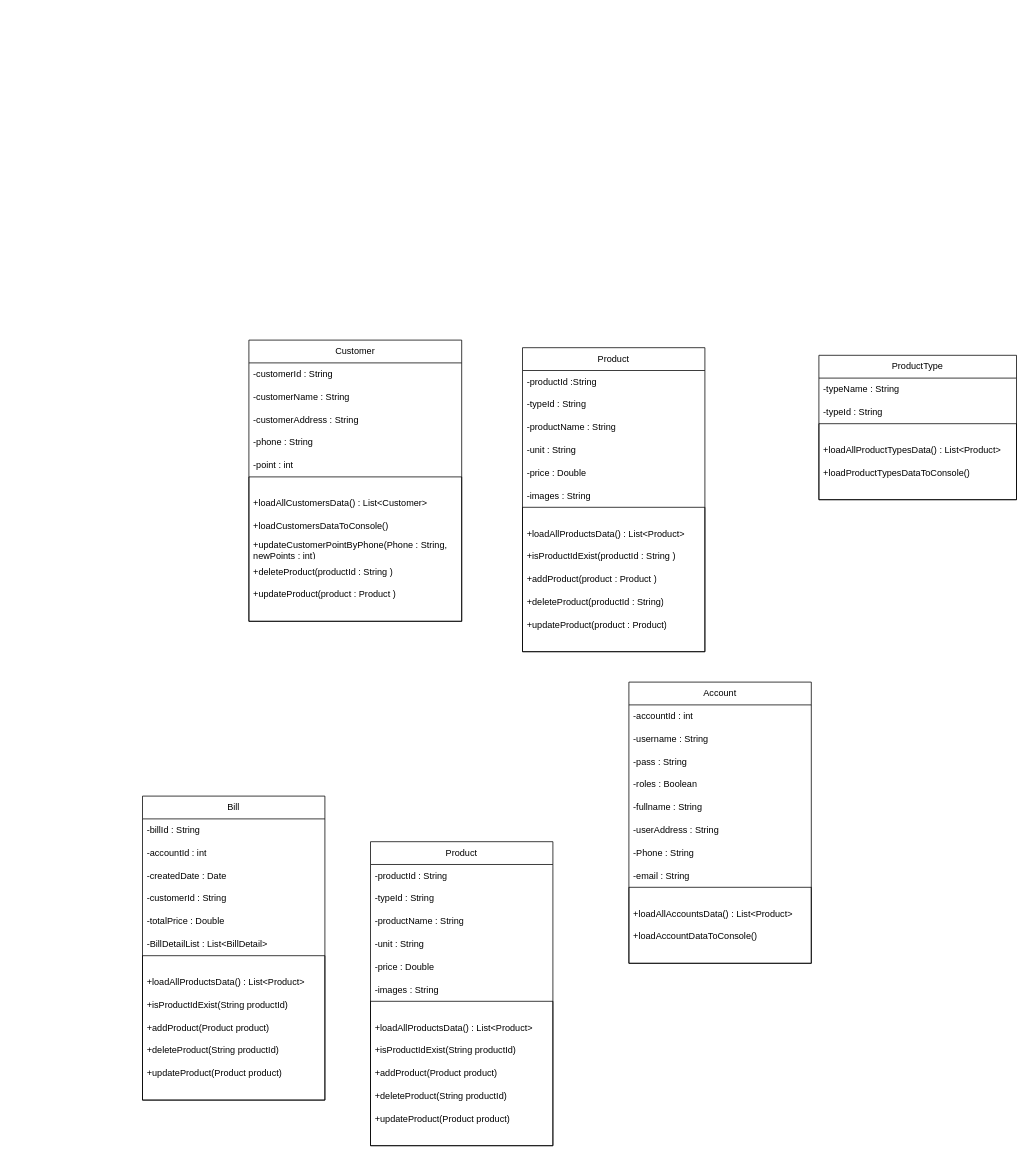
Before: xử lí luồng.drawio in cuongtran-0900/GS1, a draw.io diagram. Source tidied: cells renumbered, new cells numbered last; positions are measured from the earlier drawing's top-left corner, leaving out a move shared by most shapes. Both pictures are drawn from the tidied source at 76%, with x=0, y=0 at pixel (142, 340).
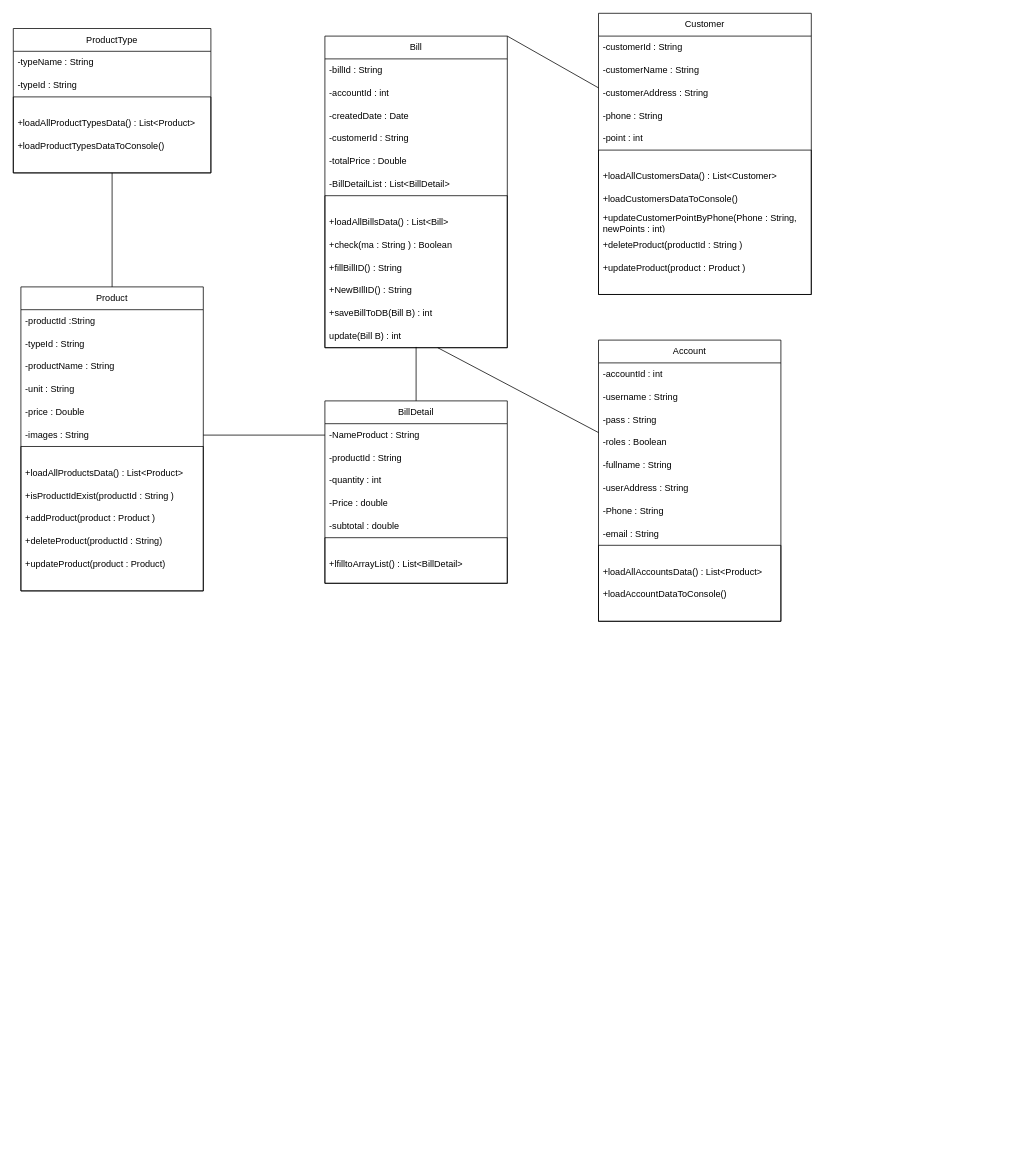
After the change.

Unchanged cells that the change refers to:
```xml
<mxCell id="5" style="swimlane;startSize=0;strokeColor=default;align=center;verticalAlign=middle;fontFamily=Helvetica;fontSize=12;fontColor=default;fontStyle=0;fillColor=default;" parent="2" vertex="1">
  <mxGeometry y="90" width="260" height="100" as="geometry" />
</mxCell>
<mxCell id="23" value="-customerAddress :&amp;nbsp;String" style="text;strokeColor=none;fillColor=none;align=left;verticalAlign=middle;spacingLeft=4;spacingRight=4;overflow=hidden;points=[[0,0.5],[1,0.5]];portConstraint=eastwest;whiteSpace=wrap;html=1;fontFamily=Helvetica;fontSize=12;fontColor=default;fontStyle=0;" parent="20" vertex="1">
  <mxGeometry y="90" width="280" height="30" as="geometry" />
</mxCell>
<mxCell id="38" value="-images :&amp;nbsp;String" style="text;strokeColor=none;fillColor=none;align=left;verticalAlign=middle;spacingLeft=4;spacingRight=4;overflow=hidden;points=[[0,0.5],[1,0.5]];portConstraint=eastwest;whiteSpace=wrap;html=1;fontFamily=Helvetica;fontSize=12;fontColor=default;fontStyle=0;" parent="32" vertex="1">
  <mxGeometry y="180" width="240" height="30" as="geometry" />
</mxCell>
```

Change to the diagram source:
```diff
@@
     <mxCell id="2" value="ProductType" style="swimlane;fontStyle=0;horizontal=1;startSize=30;whiteSpace=wrap;html=1;strokeColor=default;align=center;verticalAlign=middle;fontFamily=Helvetica;fontSize=12;fontColor=default;fillColor=default;" parent="1" vertex="1">
-      <mxGeometry x="890" y="20" width="260" height="190" as="geometry" />
+      <mxGeometry x="-170" y="-410" width="260" height="190" as="geometry" />
     </mxCell>
@@
     <mxCell id="8" value="Account" style="swimlane;fontStyle=0;horizontal=1;startSize=30;whiteSpace=wrap;html=1;strokeColor=default;align=center;verticalAlign=middle;fontFamily=Helvetica;fontSize=12;fontColor=default;fillColor=default;" parent="1" vertex="1">
-      <mxGeometry x="640" y="450" width="240" height="370" as="geometry" />
+      <mxGeometry x="600" width="240" height="370" as="geometry" />
     </mxCell>
@@
     <mxCell id="20" value="Customer" style="swimlane;fontStyle=0;horizontal=1;startSize=30;whiteSpace=wrap;html=1;strokeColor=default;align=center;verticalAlign=middle;fontFamily=Helvetica;fontSize=12;fontColor=default;fillColor=default;" parent="1" vertex="1">
-      <mxGeometry x="140" width="280" height="370" as="geometry" />
+      <mxGeometry x="600" y="-430" width="280" height="370" as="geometry" />
     </mxCell>
@@
     <mxCell id="32" value="Product" style="swimlane;fontStyle=0;horizontal=1;startSize=30;whiteSpace=wrap;html=1;strokeColor=default;align=center;verticalAlign=middle;fontFamily=Helvetica;fontSize=12;fontColor=default;fillColor=default;" parent="1" vertex="1">
-      <mxGeometry x="500" y="10" width="240" height="400" as="geometry" />
+      <mxGeometry x="-160" y="-70" width="240" height="400" as="geometry" />
     </mxCell>
@@
     <mxCell id="45" value="Bill" style="swimlane;fontStyle=0;horizontal=1;startSize=30;whiteSpace=wrap;html=1;strokeColor=default;align=center;verticalAlign=middle;fontFamily=Helvetica;fontSize=12;fontColor=default;fillColor=default;" parent="1" vertex="1">
-      <mxGeometry y="600" width="240" height="400" as="geometry" />
+      <mxGeometry x="240" y="-400" width="240" height="410" as="geometry" />
     </mxCell>
@@
     <mxCell id="52" style="swimlane;startSize=0;strokeColor=default;align=center;verticalAlign=middle;fontFamily=Helvetica;fontSize=12;fontColor=default;fontStyle=0;fillColor=default;" parent="45" vertex="1">
-      <mxGeometry y="210" width="240" height="190" as="geometry" />
+      <mxGeometry y="210" width="240" height="200" as="geometry" />
     </mxCell>
-    <mxCell id="53" value="+loadAllProductsData() :&amp;nbsp;List&amp;lt;Product&amp;gt;" style="text;strokeColor=none;fillColor=none;align=left;verticalAlign=middle;spacingLeft=4;spacingRight=4;overflow=hidden;whiteSpace=wrap;html=1;fontFamily=Helvetica;fontSize=12;fontColor=default;fontStyle=0;" parent="52" vertex="1">
+    <mxCell id="53" value="+loadAllBillsData() :&amp;nbsp;List&amp;lt;Bill&amp;gt;" style="text;strokeColor=none;fillColor=none;align=left;verticalAlign=middle;spacingLeft=4;spacingRight=4;overflow=hidden;whiteSpace=wrap;html=1;fontFamily=Helvetica;fontSize=12;fontColor=default;fontStyle=0;" parent="52" vertex="1">
       <mxGeometry y="20" width="240" height="30" as="geometry" />
     </mxCell>
-    <mxCell id="54" value="+isProductIdExist(String productId)" style="text;strokeColor=none;fillColor=none;align=left;verticalAlign=middle;spacingLeft=4;spacingRight=4;overflow=hidden;whiteSpace=wrap;html=1;fontFamily=Helvetica;fontSize=12;fontColor=default;fontStyle=0;" parent="52" vertex="1">
+    <mxCell id="54" value="+check(ma : String ) : Boolean" style="text;strokeColor=none;fillColor=none;align=left;verticalAlign=middle;spacingLeft=4;spacingRight=4;overflow=hidden;whiteSpace=wrap;html=1;fontFamily=Helvetica;fontSize=12;fontColor=default;fontStyle=0;" parent="52" vertex="1">
       <mxGeometry y="50" width="240" height="30" as="geometry" />
     </mxCell>
-    <mxCell id="55" value="+addProduct(Product product)" style="text;strokeColor=none;fillColor=none;align=left;verticalAlign=middle;spacingLeft=4;spacingRight=4;overflow=hidden;whiteSpace=wrap;html=1;fontFamily=Helvetica;fontSize=12;fontColor=default;fontStyle=0;" parent="52" vertex="1">
+    <mxCell id="55" value="+fillBillID() : String" style="text;strokeColor=none;fillColor=none;align=left;verticalAlign=middle;spacingLeft=4;spacingRight=4;overflow=hidden;whiteSpace=wrap;html=1;fontFamily=Helvetica;fontSize=12;fontColor=default;fontStyle=0;" parent="52" vertex="1">
       <mxGeometry y="80" width="240" height="30" as="geometry" />
     </mxCell>
-    <mxCell id="56" value="+deleteProduct(String productId)" style="text;strokeColor=none;fillColor=none;align=left;verticalAlign=middle;spacingLeft=4;spacingRight=4;overflow=hidden;whiteSpace=wrap;html=1;fontFamily=Helvetica;fontSize=12;fontColor=default;fontStyle=0;" parent="52" vertex="1">
+    <mxCell id="56" value="+NewBIllID() : String&amp;nbsp;" style="text;strokeColor=none;fillColor=none;align=left;verticalAlign=middle;spacingLeft=4;spacingRight=4;overflow=hidden;whiteSpace=wrap;html=1;fontFamily=Helvetica;fontSize=12;fontColor=default;fontStyle=0;" parent="52" vertex="1">
       <mxGeometry y="110" width="240" height="30" as="geometry" />
     </mxCell>
-    <mxCell id="57" value="+updateProduct(Product product)" style="text;strokeColor=none;fillColor=none;align=left;verticalAlign=middle;spacingLeft=4;spacingRight=4;overflow=hidden;whiteSpace=wrap;html=1;fontFamily=Helvetica;fontSize=12;fontColor=default;fontStyle=0;" parent="52" vertex="1">
+    <mxCell id="57" value="+saveBillToDB(Bill B) : int" style="text;strokeColor=none;fillColor=none;align=left;verticalAlign=middle;spacingLeft=4;spacingRight=4;overflow=hidden;whiteSpace=wrap;html=1;fontFamily=Helvetica;fontSize=12;fontColor=default;fontStyle=0;" parent="52" vertex="1">
       <mxGeometry y="140" width="240" height="30" as="geometry" />
     </mxCell>
+    <mxCell id="71" value="update(Bill B) : int" style="text;strokeColor=none;fillColor=none;align=left;verticalAlign=middle;spacingLeft=4;spacingRight=4;overflow=hidden;points=[[0,0.5],[1,0.5]];portConstraint=eastwest;whiteSpace=wrap;html=1;fontFamily=Helvetica;fontSize=12;fontColor=default;fontStyle=0;" parent="52" vertex="1">
+      <mxGeometry y="170" width="240" height="30" as="geometry" />
+    </mxCell>
-    <mxCell id="58" value="Product" style="swimlane;fontStyle=0;horizontal=1;startSize=30;whiteSpace=wrap;html=1;strokeColor=default;align=center;verticalAlign=middle;fontFamily=Helvetica;fontSize=12;fontColor=default;fillColor=default;" parent="1" vertex="1">
-      <mxGeometry x="300" y="660" width="240" height="400" as="geometry" />
+    <mxCell id="58" value="BillDetail" style="swimlane;fontStyle=0;horizontal=1;startSize=30;whiteSpace=wrap;html=1;strokeColor=default;align=center;verticalAlign=middle;fontFamily=Helvetica;fontSize=12;fontColor=default;fillColor=default;" parent="1" vertex="1">
+      <mxGeometry x="240" y="80" width="240" height="240" as="geometry" />
     </mxCell>
-    <mxCell id="59" value="-productId :&amp;nbsp;String" style="text;strokeColor=none;fillColor=none;align=left;verticalAlign=middle;spacingLeft=4;spacingRight=4;overflow=hidden;points=[[0,0.5],[1,0.5]];portConstraint=eastwest;whiteSpace=wrap;html=1;fontFamily=Helvetica;fontSize=12;fontColor=default;fontStyle=0;" parent="58" vertex="1">
+    <mxCell id="59" value="-NameProduct :&amp;nbsp;String" style="text;strokeColor=none;fillColor=none;align=left;verticalAlign=middle;spacingLeft=4;spacingRight=4;overflow=hidden;points=[[0,0.5],[1,0.5]];portConstraint=eastwest;whiteSpace=wrap;html=1;fontFamily=Helvetica;fontSize=12;fontColor=default;fontStyle=0;" parent="58" vertex="1">
       <mxGeometry y="30" width="240" height="30" as="geometry" />
     </mxCell>
-    <mxCell id="60" value="-typeId :&amp;nbsp;String" style="text;strokeColor=none;fillColor=none;align=left;verticalAlign=middle;spacingLeft=4;spacingRight=4;overflow=hidden;whiteSpace=wrap;html=1;fontFamily=Helvetica;fontSize=12;fontColor=default;fontStyle=0;" parent="58" vertex="1">
+    <mxCell id="60" value="-productId :&amp;nbsp;String" style="text;strokeColor=none;fillColor=none;align=left;verticalAlign=middle;spacingLeft=4;spacingRight=4;overflow=hidden;whiteSpace=wrap;html=1;fontFamily=Helvetica;fontSize=12;fontColor=default;fontStyle=0;" parent="58" vertex="1">
       <mxGeometry y="60" width="240" height="30" as="geometry" />
     </mxCell>
-    <mxCell id="61" value="-productName :&amp;nbsp;String" style="text;strokeColor=none;fillColor=none;align=left;verticalAlign=middle;spacingLeft=4;spacingRight=4;overflow=hidden;whiteSpace=wrap;html=1;fontFamily=Helvetica;fontSize=12;fontColor=default;fontStyle=0;" parent="58" vertex="1">
+    <mxCell id="61" value="-quantity :&amp;nbsp;int" style="text;strokeColor=none;fillColor=none;align=left;verticalAlign=middle;spacingLeft=4;spacingRight=4;overflow=hidden;whiteSpace=wrap;html=1;fontFamily=Helvetica;fontSize=12;fontColor=default;fontStyle=0;" parent="58" vertex="1">
       <mxGeometry y="90" width="240" height="30" as="geometry" />
     </mxCell>
-    <mxCell id="62" value="-unit :&amp;nbsp;String" style="text;strokeColor=none;fillColor=none;align=left;verticalAlign=middle;spacingLeft=4;spacingRight=4;overflow=hidden;whiteSpace=wrap;html=1;fontFamily=Helvetica;fontSize=12;fontColor=default;fontStyle=0;" parent="58" vertex="1">
+    <mxCell id="62" value="-Price :&amp;nbsp;double" style="text;strokeColor=none;fillColor=none;align=left;verticalAlign=middle;spacingLeft=4;spacingRight=4;overflow=hidden;whiteSpace=wrap;html=1;fontFamily=Helvetica;fontSize=12;fontColor=default;fontStyle=0;" parent="58" vertex="1">
       <mxGeometry y="120" width="240" height="30" as="geometry" />
     </mxCell>
-    <mxCell id="63" value="-price : Double" style="text;strokeColor=none;fillColor=none;align=left;verticalAlign=middle;spacingLeft=4;spacingRight=4;overflow=hidden;whiteSpace=wrap;html=1;fontFamily=Helvetica;fontSize=12;fontColor=default;fontStyle=0;" parent="58" vertex="1">
+    <mxCell id="63" value="-subtotal :&amp;nbsp;double" style="text;strokeColor=none;fillColor=none;align=left;verticalAlign=middle;spacingLeft=4;spacingRight=4;overflow=hidden;whiteSpace=wrap;html=1;fontFamily=Helvetica;fontSize=12;fontColor=default;fontStyle=0;" parent="58" vertex="1">
       <mxGeometry y="150" width="240" height="30" as="geometry" />
     </mxCell>
-    <mxCell id="64" value="-images :&amp;nbsp;String" style="text;strokeColor=none;fillColor=none;align=left;verticalAlign=middle;spacingLeft=4;spacingRight=4;overflow=hidden;whiteSpace=wrap;html=1;fontFamily=Helvetica;fontSize=12;fontColor=default;fontStyle=0;" parent="58" vertex="1">
-      <mxGeometry y="180" width="240" height="30" as="geometry" />
-    </mxCell>
     <mxCell id="65" style="swimlane;startSize=0;strokeColor=default;align=center;verticalAlign=middle;fontFamily=Helvetica;fontSize=12;fontColor=default;fontStyle=0;fillColor=default;" parent="58" vertex="1">
-      <mxGeometry y="210" width="240" height="190" as="geometry" />
+      <mxGeometry y="180" width="240" height="60" as="geometry" />
     </mxCell>
-    <mxCell id="66" value="+loadAllProductsData() :&amp;nbsp;List&amp;lt;Product&amp;gt;" style="text;strokeColor=none;fillColor=none;align=left;verticalAlign=middle;spacingLeft=4;spacingRight=4;overflow=hidden;whiteSpace=wrap;html=1;fontFamily=Helvetica;fontSize=12;fontColor=default;fontStyle=0;" parent="65" vertex="1">
+    <mxCell id="66" value="+lfilltoArrayList() :&amp;nbsp;List&amp;lt;BillDetail&amp;gt;" style="text;strokeColor=none;fillColor=none;align=left;verticalAlign=middle;spacingLeft=4;spacingRight=4;overflow=hidden;whiteSpace=wrap;html=1;fontFamily=Helvetica;fontSize=12;fontColor=default;fontStyle=0;" parent="65" vertex="1">
       <mxGeometry y="20" width="240" height="30" as="geometry" />
     </mxCell>
-    <mxCell id="67" value="+isProductIdExist(String productId)" style="text;strokeColor=none;fillColor=none;align=left;verticalAlign=middle;spacingLeft=4;spacingRight=4;overflow=hidden;whiteSpace=wrap;html=1;fontFamily=Helvetica;fontSize=12;fontColor=default;fontStyle=0;" parent="65" vertex="1">
-      <mxGeometry y="50" width="240" height="30" as="geometry" />
-    </mxCell>
-    <mxCell id="68" value="+addProduct(Product product)" style="text;strokeColor=none;fillColor=none;align=left;verticalAlign=middle;spacingLeft=4;spacingRight=4;overflow=hidden;whiteSpace=wrap;html=1;fontFamily=Helvetica;fontSize=12;fontColor=default;fontStyle=0;" parent="65" vertex="1">
-      <mxGeometry y="80" width="240" height="30" as="geometry" />
-    </mxCell>
-    <mxCell id="69" value="+deleteProduct(String productId)" style="text;strokeColor=none;fillColor=none;align=left;verticalAlign=middle;spacingLeft=4;spacingRight=4;overflow=hidden;whiteSpace=wrap;html=1;fontFamily=Helvetica;fontSize=12;fontColor=default;fontStyle=0;" parent="65" vertex="1">
-      <mxGeometry y="110" width="240" height="30" as="geometry" />
-    </mxCell>
-    <mxCell id="70" value="+updateProduct(Product product)" style="text;strokeColor=none;fillColor=none;align=left;verticalAlign=middle;spacingLeft=4;spacingRight=4;overflow=hidden;whiteSpace=wrap;html=1;fontFamily=Helvetica;fontSize=12;fontColor=default;fontStyle=0;" parent="65" vertex="1">
-      <mxGeometry y="140" width="240" height="30" as="geometry" />
-    </mxCell>
+    <mxCell id="72" style="endArrow=none;html=1;rounded=0;fontFamily=Helvetica;fontSize=12;fontColor=default;fontStyle=0;entryX=0.5;entryY=1;entryDx=0;entryDy=0;exitX=0.5;exitY=0;exitDx=0;exitDy=0;" parent="1" edge="1" source="32" target="5">
+      <mxGeometry relative="1" as="geometry" />
+    </mxCell>
+    <mxCell id="73" style="endArrow=none;html=1;rounded=0;fontFamily=Helvetica;fontSize=12;fontColor=default;fontStyle=0;entryX=0;entryY=0.5;entryDx=0;entryDy=0;entryPerimeter=0;exitX=1;exitY=0.5;exitDx=0;exitDy=0;" parent="1" edge="1" source="38" target="59">
+      <mxGeometry relative="1" as="geometry" />
+    </mxCell>
+    <mxCell id="74" style="endArrow=none;html=1;rounded=0;fontFamily=Helvetica;fontSize=12;fontColor=default;fontStyle=0;entryX=0.5;entryY=0;entryDx=0;entryDy=0;" parent="1" edge="1" target="58">
+      <mxGeometry relative="1" as="geometry">
+        <mxPoint x="360" y="9" as="sourcePoint" />
+      </mxGeometry>
+    </mxCell>
+    <mxCell id="75" style="endArrow=none;html=1;rounded=0;fontFamily=Helvetica;fontSize=12;fontColor=default;fontStyle=0;" parent="1" edge="1" source="71" target="8">
+      <mxGeometry relative="1" as="geometry" />
+    </mxCell>
+    <mxCell id="76" style="endArrow=none;html=1;rounded=0;fontFamily=Helvetica;fontSize=12;fontColor=default;fontStyle=0;exitX=1;exitY=0;exitDx=0;exitDy=0;entryX=0.001;entryY=0.275;entryDx=0;entryDy=0;entryPerimeter=0;" parent="1" edge="1" source="45" target="23">
+      <mxGeometry relative="1" as="geometry" />
+    </mxCell>
```
